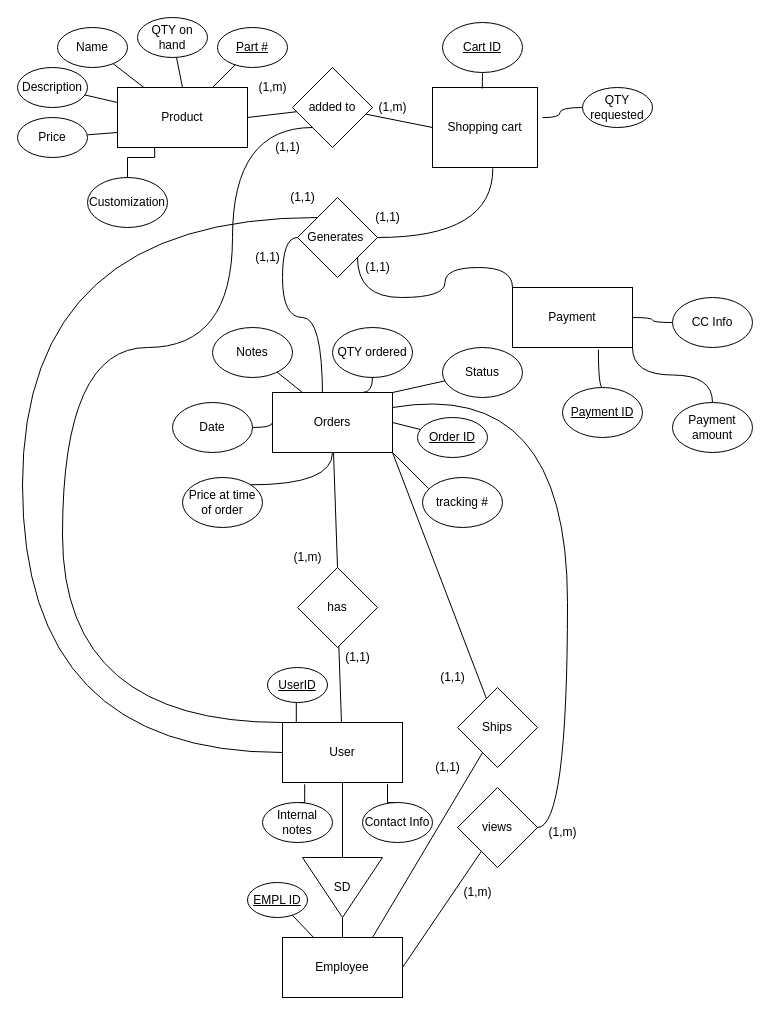
Earlier version of the draw.io diagram ecomm.drawio (466group2/Group02Project). Source tidied: cells renumbered, new cells numbered last; positions are measured from the earlier drawing's top-left corner, leaving out a move shared by most shapes. Both pictures are drawn from the tidied source at 100%, with x=0, y=0 at pixel (17, 17).
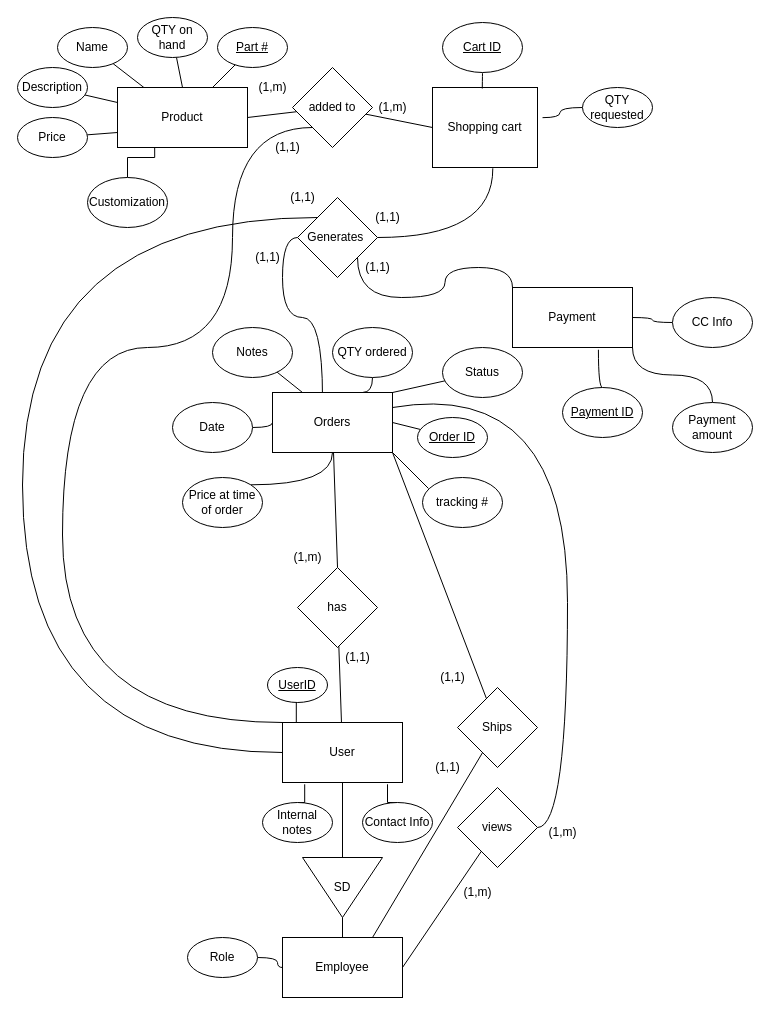
After the change.

The change refers to these unchanged cells:
```xml
<mxCell id="47" value="Employee" style="rounded=0;whiteSpace=wrap;html=1;" parent="1" vertex="1">
  <mxGeometry x="265" y="920" width="120" height="60" as="geometry" />
</mxCell>
```

What changed in the source:
```diff
@@
-    <mxCell id="48" style="edgeStyle=none;rounded=0;jettySize=auto;html=1;endArrow=none;endFill=0;" parent="1" edge="1" source="49" target="47">
-      <mxGeometry relative="1" as="geometry" />
-    </mxCell>
-    <mxCell id="49" value="&lt;u&gt;EMPL ID&lt;/u&gt;" style="ellipse;whiteSpace=wrap;html=1;" parent="1" vertex="1">
-      <mxGeometry x="230" y="865" width="60" height="35" as="geometry" />
-    </mxCell>
@@
+    <mxCell id="86" style="edgeStyle=orthogonalEdgeStyle;curved=1;jettySize=auto;html=1;endArrow=none;endFill=0;" parent="1" edge="1" source="87" target="47">
+      <mxGeometry relative="1" as="geometry" />
+    </mxCell>
+    <mxCell id="87" value="Role&lt;br&gt;" style="ellipse;whiteSpace=wrap;html=1;" parent="1" vertex="1">
+      <mxGeometry x="170" y="920" width="70" height="40" as="geometry" />
+    </mxCell>
```
